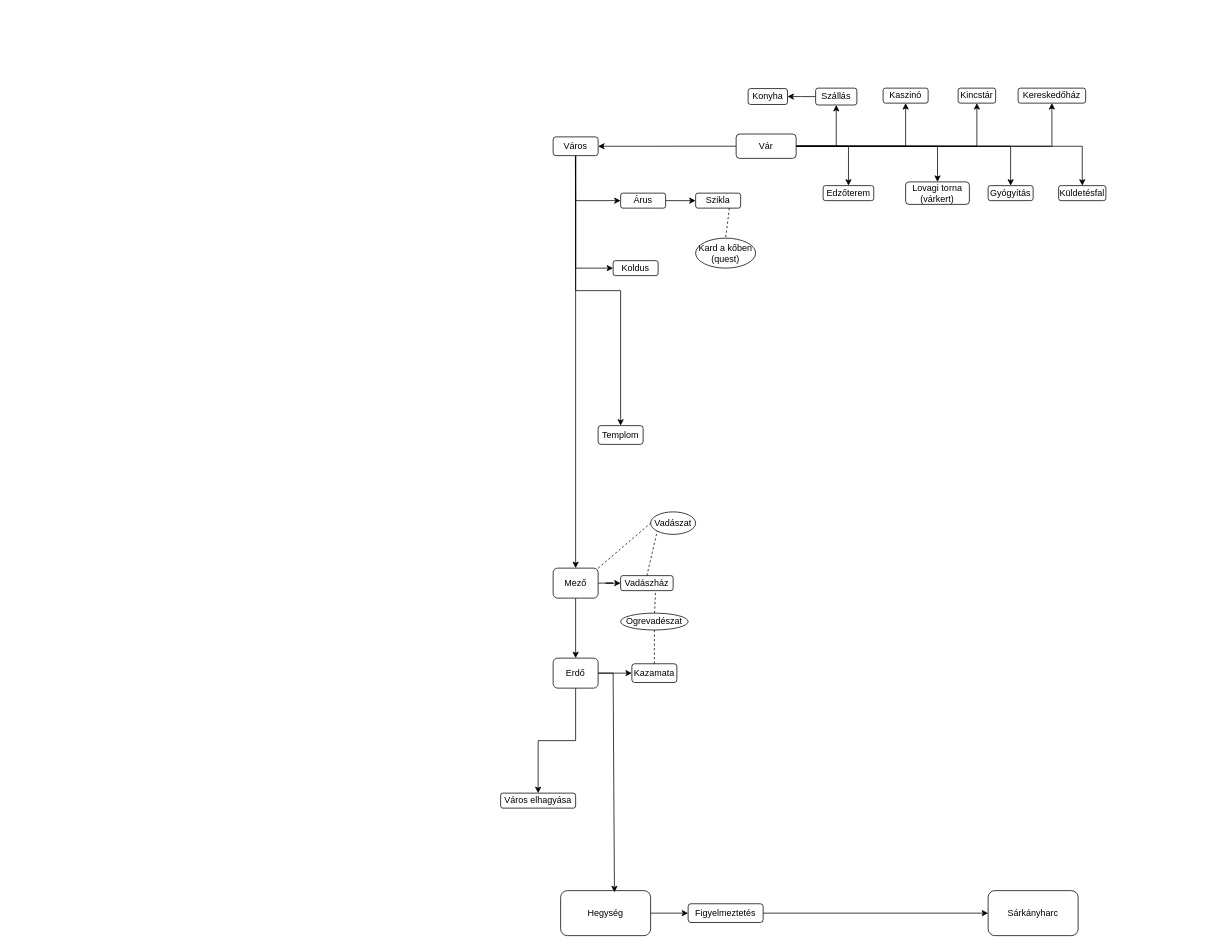
Above: Tervezés/Projektmunka tervezet.drawio in PopDavid/10-f-1.-proj (draw.io), before the change. Source tidied: cells renumbered, new cells numbered last; positions are measured from the earlier drawing's top-left corner, leaving out a move shared by most shapes. Both pictures are drawn from the tidied source at 75%, with x=0, y=0 at pixel (500, 88).
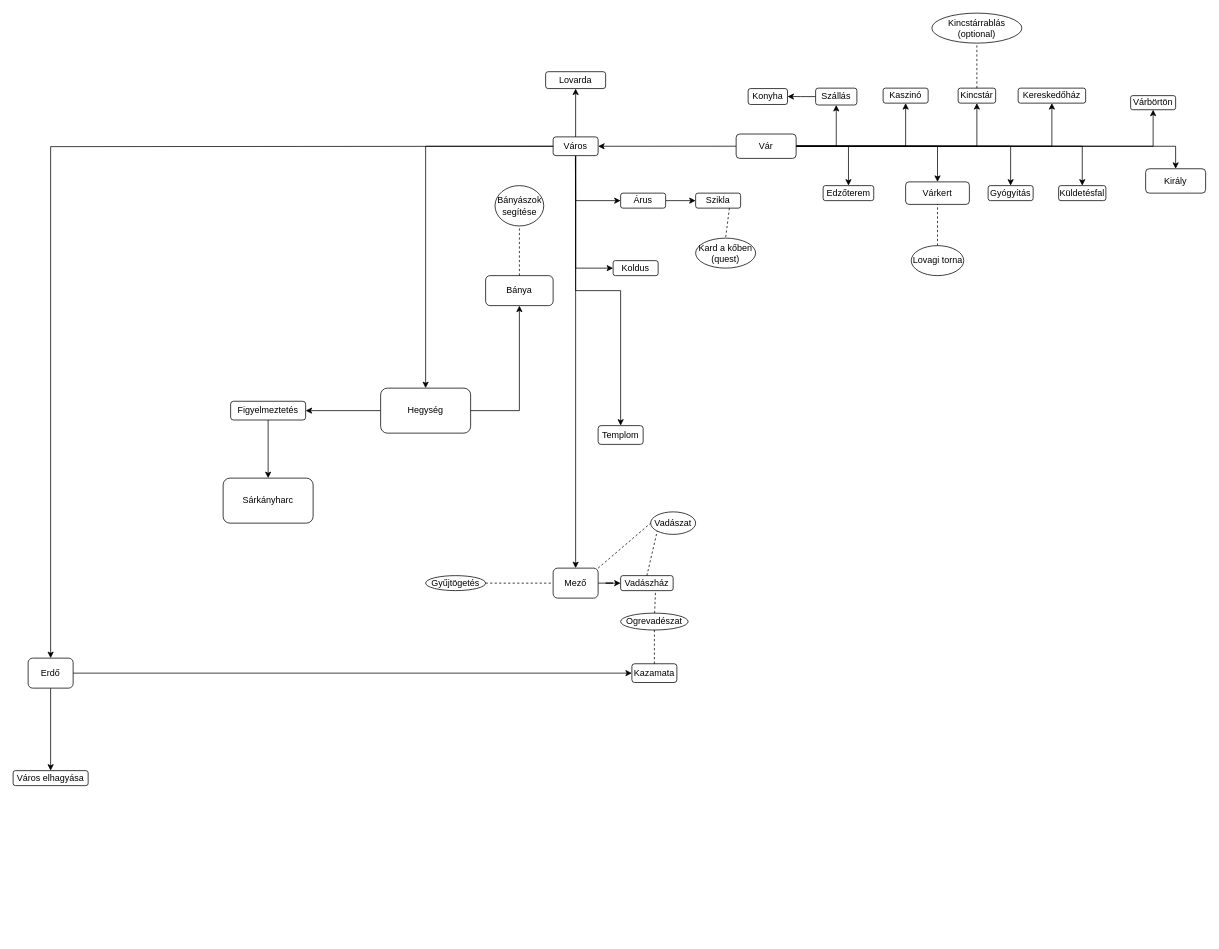
After the change.

Commit message (it also covers changes not shown here):
Tervek: véglegesnek mondható

The change refers to these unchanged cells:
```xml
<mxCell id="4" value="Város" style="rounded=1;whiteSpace=wrap;html=1;" parent="1" vertex="1">
  <mxGeometry x="70" y="65" width="60" height="25" as="geometry" />
</mxCell>
<mxCell id="13" value="Vár" style="rounded=1;whiteSpace=wrap;html=1;" parent="1" vertex="1">
  <mxGeometry x="314" y="61.2" width="80" height="32.5" as="geometry" />
</mxCell>
<mxCell id="17" value="Kincstár" style="rounded=1;whiteSpace=wrap;html=1;" parent="1" vertex="1">
  <mxGeometry x="610" width="50" height="20" as="geometry" />
</mxCell>
<mxCell id="32" value="Mező" style="rounded=1;whiteSpace=wrap;html=1;" parent="1" vertex="1">
  <mxGeometry x="70" y="640" width="60" height="40" as="geometry" />
</mxCell>
```

Change to the diagram source:
```diff
@@
+    <mxCell id="55" style="edgeStyle=orthogonalEdgeStyle;rounded=0;jettySize=auto;html=1;" parent="1" edge="1" source="4" target="45">
+      <mxGeometry relative="1" as="geometry" />
+    </mxCell>
+    <mxCell id="56" style="edgeStyle=orthogonalEdgeStyle;rounded=0;jettySize=auto;html=1;" parent="1" edge="1" source="4" target="72">
+      <mxGeometry relative="1" as="geometry" />
+    </mxCell>
@@
+    <mxCell id="57" style="edgeStyle=orthogonalEdgeStyle;rounded=0;jettySize=auto;html=1;" parent="1" edge="1" source="13" target="68">
+      <mxGeometry relative="1" as="geometry" />
+    </mxCell>
+    <mxCell id="58" style="edgeStyle=orthogonalEdgeStyle;rounded=0;jettySize=auto;html=1;" parent="1" edge="1" source="13" target="69">
+      <mxGeometry relative="1" as="geometry" />
+    </mxCell>
@@
-    <mxCell id="24" value="Lovagi torna (várkert)" style="rounded=1;whiteSpace=wrap;html=1;" parent="1" vertex="1">
+    <mxCell id="24" value="Várkert" style="rounded=1;whiteSpace=wrap;html=1;" parent="1" vertex="1">
       <mxGeometry x="540" y="125" width="85" height="30" as="geometry" />
     </mxCell>
@@
-    <mxCell id="31" style="edgeStyle=orthogonalEdgeStyle;rounded=0;jettySize=auto;html=1;" parent="1" edge="1" source="32" target="39">
-      <mxGeometry relative="1" as="geometry" />
-    </mxCell>
@@
     <mxCell id="39" value="Erdő" style="rounded=1;whiteSpace=wrap;html=1;" parent="1" vertex="1">
-      <mxGeometry x="70" y="760" width="60" height="40" as="geometry" />
+      <mxGeometry x="-630" y="760" width="60" height="40" as="geometry" />
     </mxCell>
@@
+    <mxCell id="59" style="edgeStyle=orthogonalEdgeStyle;rounded=0;jettySize=auto;html=1;" parent="1" edge="1" source="45" target="61">
+      <mxGeometry relative="1" as="geometry" />
+    </mxCell>
     <mxCell id="45" value="Hegység" style="whiteSpace=wrap;html=1;rounded=1;" parent="1" vertex="1">
-      <mxGeometry x="80" y="1070" width="120" height="60" as="geometry" />
+      <mxGeometry x="-160" y="400" width="120" height="60" as="geometry" />
     </mxCell>
@@
     <mxCell id="47" value="Figyelmeztetés" style="whiteSpace=wrap;html=1;rounded=1;" parent="1" vertex="1">
-      <mxGeometry x="250" y="1087.5" width="100" height="25" as="geometry" />
+      <mxGeometry x="-360" y="417.5" width="100" height="25" as="geometry" />
     </mxCell>
     <mxCell id="48" value="Sárkányharc" style="whiteSpace=wrap;html=1;rounded=1;" parent="1" vertex="1">
-      <mxGeometry x="650" y="1070" width="120" height="60" as="geometry" />
+      <mxGeometry x="-370" y="520" width="120" height="60" as="geometry" />
     </mxCell>
-    <mxCell id="49" style="endArrow=classic;html=1;rounded=0;exitX=1;exitY=0.5;exitDx=0;exitDy=0;entryX=0.598;entryY=0.036;entryDx=0;entryDy=0;entryPerimeter=0;" parent="1" edge="1" source="39" target="45">
-      <mxGeometry relative="1" as="geometry">
-        <Array as="points">
-          <mxPoint x="150" y="780" />
-        </Array>
-      </mxGeometry>
-    </mxCell>
@@
     <mxCell id="53" value="Város elhagyása" style="rounded=1;whiteSpace=wrap;html=1;" parent="1" vertex="1">
-      <mxGeometry y="940" width="100" height="20" as="geometry" />
+      <mxGeometry x="-650" y="910" width="100" height="20" as="geometry" />
     </mxCell>
@@
+    <mxCell id="60" style="endArrow=classic;html=1;rounded=0;entryX=0.5;entryY=0;entryDx=0;entryDy=0;exitX=0;exitY=0.5;exitDx=0;exitDy=0;" parent="1" edge="1" source="4" target="39">
+      <mxGeometry relative="1" as="geometry">
+        <Array as="points">
+          <mxPoint x="-600" y="78" />
+        </Array>
+      </mxGeometry>
+    </mxCell>
+    <mxCell id="61" value="Bánya" style="rounded=1;whiteSpace=wrap;html=1;" parent="1" vertex="1">
+      <mxGeometry x="-20" y="250" width="90" height="40" as="geometry" />
+    </mxCell>
+    <mxCell id="62" style="endArrow=none;dashed=1;html=1;rounded=0;exitX=0.5;exitY=0;exitDx=0;exitDy=0;entryX=0.5;entryY=1;entryDx=0;entryDy=0;" parent="1" edge="1" source="61" target="63">
+      <mxGeometry relative="1" as="geometry" />
+    </mxCell>
+    <mxCell id="63" value="Bányászok segítése" style="ellipse;whiteSpace=wrap;html=1;" parent="1" vertex="1">
+      <mxGeometry x="-7.5" y="130" width="65" height="53.8" as="geometry" />
+    </mxCell>
+    <mxCell id="64" style="endArrow=none;dashed=1;html=1;rounded=0;entryX=0;entryY=0.5;entryDx=0;entryDy=0;exitX=1;exitY=0.5;exitDx=0;exitDy=0;" parent="1" edge="1" source="65" target="32">
+      <mxGeometry relative="1" as="geometry" />
+    </mxCell>
+    <mxCell id="65" value="Gyűjtögetés" style="ellipse;whiteSpace=wrap;html=1;" parent="1" vertex="1">
+      <mxGeometry x="-100" y="650" width="80" height="20" as="geometry" />
+    </mxCell>
+    <mxCell id="66" style="endArrow=none;dashed=1;html=1;rounded=0;exitX=0.5;exitY=0;exitDx=0;exitDy=0;entryX=0.5;entryY=1;entryDx=0;entryDy=0;" parent="1" edge="1" source="17" target="67">
+      <mxGeometry relative="1" as="geometry" />
+    </mxCell>
+    <mxCell id="67" value="Kincstárrablás&lt;br&gt;(optional)" style="ellipse;whiteSpace=wrap;html=1;" parent="1" vertex="1">
+      <mxGeometry x="575" y="-100" width="120" height="40" as="geometry" />
+    </mxCell>
+    <mxCell id="68" value="Várbörtön" style="rounded=1;whiteSpace=wrap;html=1;" parent="1" vertex="1">
+      <mxGeometry x="840" y="10" width="60" height="18.8" as="geometry" />
+    </mxCell>
+    <mxCell id="69" value="Király" style="rounded=1;whiteSpace=wrap;html=1;" parent="1" vertex="1">
+      <mxGeometry x="860" y="107.5" width="80" height="32.5" as="geometry" />
+    </mxCell>
+    <mxCell id="70" style="endArrow=none;dashed=1;html=1;rounded=0;entryX=0.5;entryY=1;entryDx=0;entryDy=0;exitX=0.5;exitY=0;exitDx=0;exitDy=0;" parent="1" edge="1" source="71" target="24">
+      <mxGeometry relative="1" as="geometry" />
+    </mxCell>
+    <mxCell id="71" value="Lovagi torna" style="ellipse;whiteSpace=wrap;html=1;" parent="1" vertex="1">
+      <mxGeometry x="547.5" y="210" width="70" height="40" as="geometry" />
+    </mxCell>
+    <mxCell id="72" value="Lovarda" style="whiteSpace=wrap;html=1;rounded=1;" parent="1" vertex="1">
+      <mxGeometry x="60" y="-21.9" width="80" height="22.5" as="geometry" />
+    </mxCell>
```
